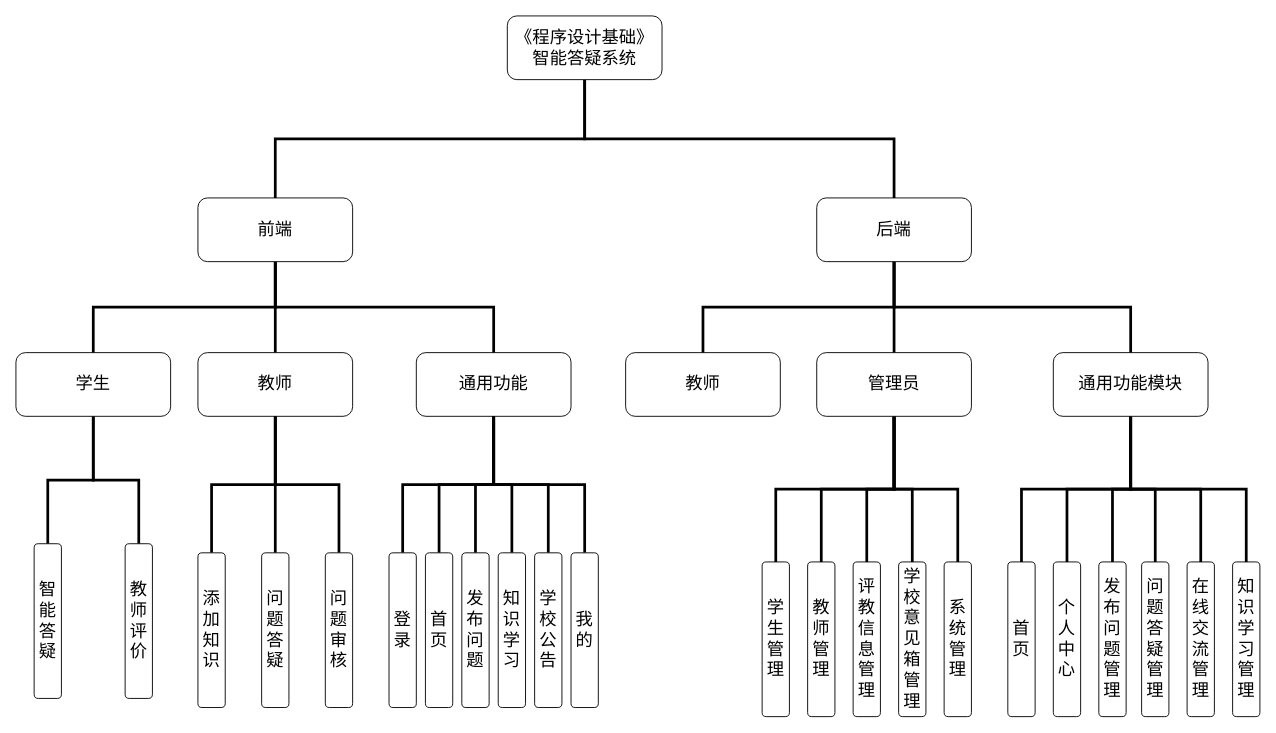
Before: 系统结构图.drawio in ov0-0vo/1, a draw.io diagram. Source tidied: cells renumbered, new cells numbered last; positions are measured from the earlier drawing's top-left corner, leaving out a move shared by most shapes. Both pictures are drawn from the tidied source at 91%, with x=0, y=0 at pixel (15, 15).
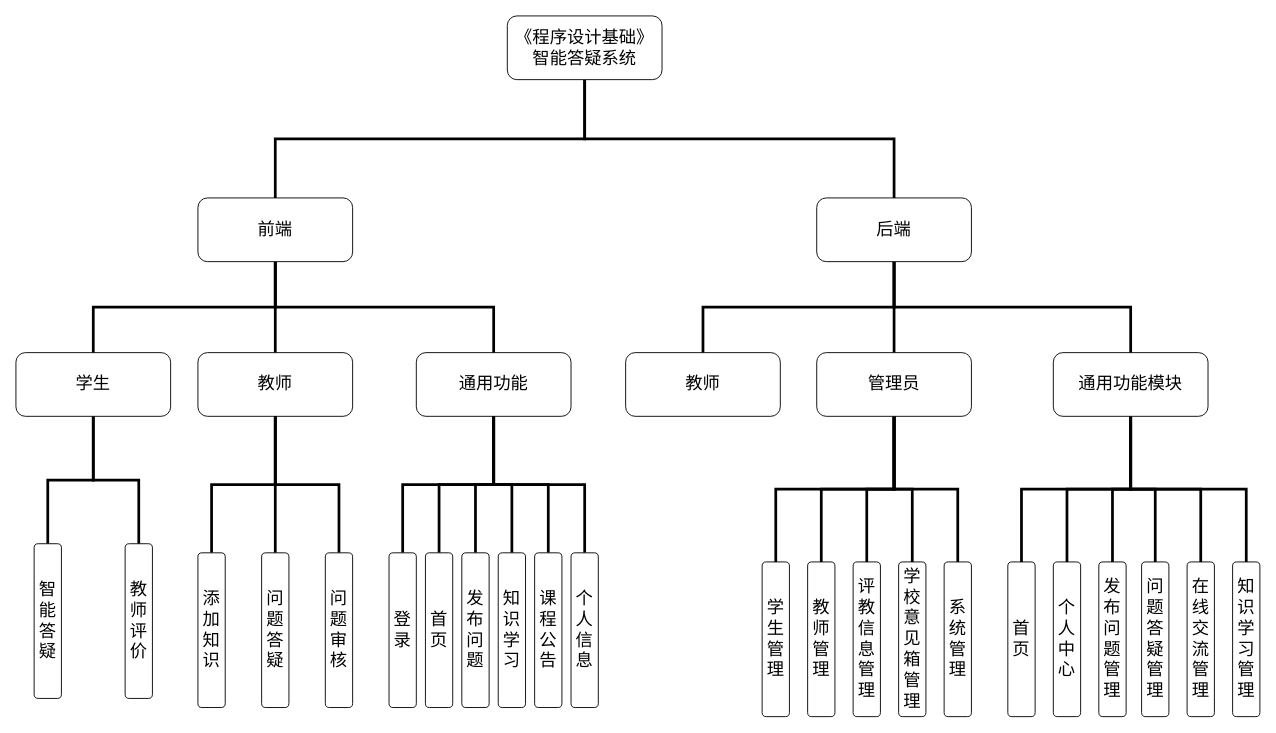
The same page after the edit.

Commit message (it also covers changes not shown here):
更新系统结构图.drawio

Change to the diagram source:
```diff
@@
-    <mxCell id="42" value="学校公告" style="rounded=1;fontSize=19;fontFamily=Times New Roman;flipV=0;flipH=0;direction=west;whiteSpace=wrap;html=1;horizontal=1;" parent="1" vertex="1">
+    <mxCell id="42" value="课程公告" style="rounded=1;fontSize=19;fontFamily=Times New Roman;flipV=0;flipH=0;direction=west;whiteSpace=wrap;html=1;horizontal=1;" parent="1" vertex="1">
       <mxGeometry x="570" y="590" width="30" height="170" as="geometry" />
     </mxCell>
@@
-    <mxCell id="44" value="我的" style="rounded=1;fontSize=19;fontFamily=Times New Roman;flipV=0;flipH=0;direction=west;whiteSpace=wrap;html=1;horizontal=1;" parent="1" vertex="1">
+    <mxCell id="44" value="个人信息" style="rounded=1;fontSize=19;fontFamily=Times New Roman;flipV=0;flipH=0;direction=west;whiteSpace=wrap;html=1;horizontal=1;" parent="1" vertex="1">
       <mxGeometry x="610" y="590" width="30" height="170" as="geometry" />
     </mxCell>
```
